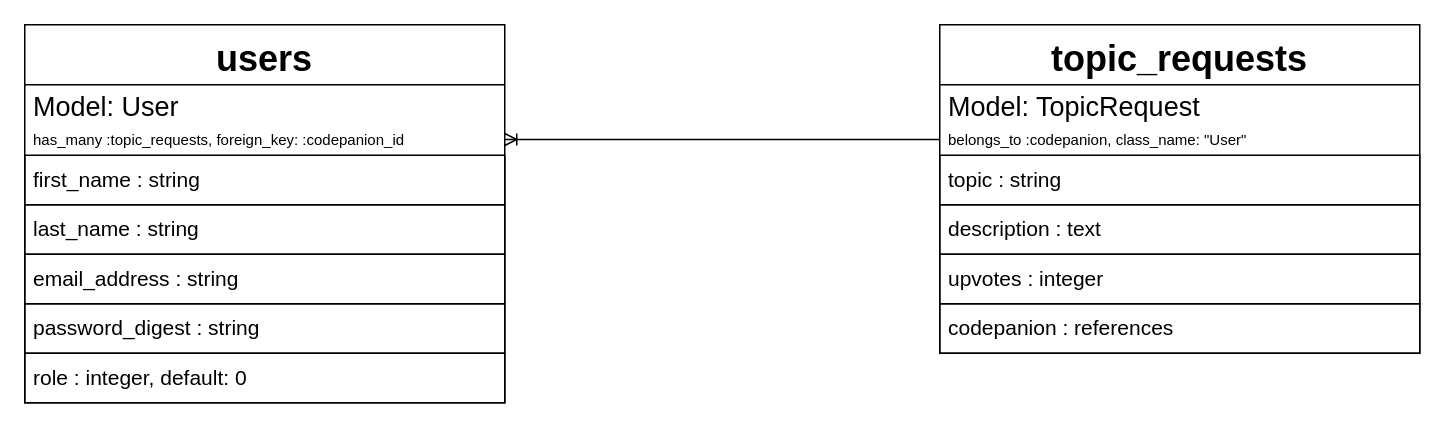
Earlier version of the draw.io diagram page "MVP" (1 of 2) of docs/model-map-mvp.drawio (meg-gutshall/code-talk-requests-backend). Source tidied: cells renumbered, new cells numbered last; positions are measured from the earlier drawing's top-left corner, leaving out a move shared by most shapes. Both pictures are drawn from the tidied source at 150%, with x=0, y=0 at pixel (24, 24).
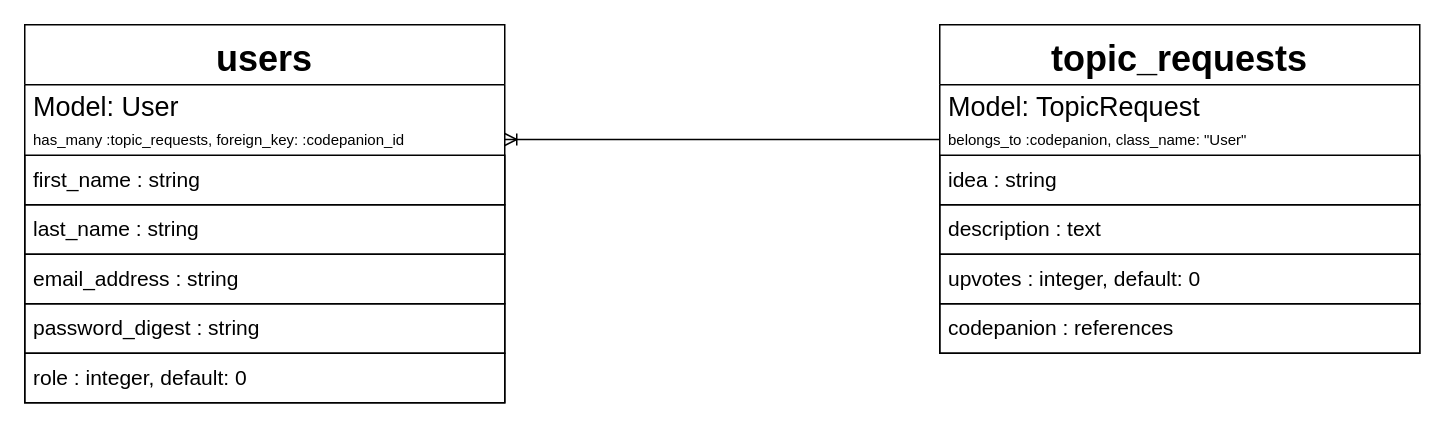
The same diagram, later.

Commit message (it also covers changes not shown here):
Update model map mvp files

The edit, as a diff of the source:
```diff
@@
 <mxGraphModel>
   <root>
     <mxCell id="0" />
     <mxCell id="1" parent="0" />
     <mxCell id="2" style="edgeStyle=entityRelationEdgeStyle;fontSize=12;html=1;endArrow=ERoneToMany;" parent="1" edge="1" source="5" target="12">
       <mxGeometry relative="1" as="geometry" />
     </mxCell>
     <mxCell id="3" value="topic_requests" style="swimlane;fontStyle=1;align=center;verticalAlign=middle;horizontal=1;startSize=40;fillColor=none;fontSize=24;" parent="1" vertex="1">
       <mxGeometry x="610" width="320" height="219" as="geometry" />
     </mxCell>
     <mxCell id="4" value="Model: TopicRequest" style="text;strokeColor=none;fillColor=none;spacingLeft=4;spacingRight=4;overflow=hidden;fontSize=18;fontStyle=0;verticalAlign=middle;" parent="3" vertex="1">
       <mxGeometry y="40" width="320" height="26" as="geometry" />
     </mxCell>
     <mxCell id="5" value="belongs_to :codepanion, class_name: &quot;User&quot;" style="text;strokeColor=none;fillColor=none;spacingLeft=4;spacingRight=4;overflow=hidden;points=[[0,0.5],[1,0.5]];portConstraint=eastwest;fontSize=10;verticalAlign=middle;" parent="3" vertex="1">
       <mxGeometry y="66" width="320" height="21" as="geometry" />
     </mxCell>
-    <mxCell id="6" value="topic : string" style="text;strokeColor=#000000;fillColor=none;align=left;verticalAlign=middle;spacingLeft=4;spacingRight=4;overflow=hidden;fontSize=14;spacingBottom=2;" parent="3" vertex="1">
+    <mxCell id="6" value="idea : string" style="text;strokeColor=#000000;fillColor=none;align=left;verticalAlign=middle;spacingLeft=4;spacingRight=4;overflow=hidden;fontSize=14;spacingBottom=2;" parent="3" vertex="1">
       <mxGeometry y="87" width="320" height="33" as="geometry" />
     </mxCell>
     <mxCell id="7" value="description : text" style="text;strokeColor=#000000;fillColor=none;align=left;verticalAlign=middle;spacingLeft=4;spacingRight=4;overflow=hidden;fontSize=14;spacingBottom=2;" parent="3" vertex="1">
       <mxGeometry y="120" width="320" height="33" as="geometry" />
     </mxCell>
-    <mxCell id="8" value="upvotes : integer" style="text;strokeColor=#000000;fillColor=none;align=left;verticalAlign=middle;spacingLeft=4;spacingRight=4;overflow=hidden;fontSize=14;spacingBottom=2;fontStyle=0;fontColor=#000000;" parent="3" vertex="1">
+    <mxCell id="8" value="upvotes : integer, default: 0" style="text;strokeColor=#000000;fillColor=none;align=left;verticalAlign=middle;spacingLeft=4;spacingRight=4;overflow=hidden;fontSize=14;spacingBottom=2;fontStyle=0;fontColor=#000000;" parent="3" vertex="1">
       <mxGeometry y="153" width="320" height="33" as="geometry" />
     </mxCell>
     <mxCell id="9" value="codepanion : references" style="text;strokeColor=#000000;fillColor=none;align=left;verticalAlign=middle;spacingLeft=4;spacingRight=4;overflow=hidden;fontSize=14;spacingBottom=2;" parent="3" vertex="1">
       <mxGeometry y="186" width="320" height="33" as="geometry" />
     </mxCell>
     <mxCell id="10" value="users" style="swimlane;fontStyle=1;align=center;verticalAlign=middle;horizontal=1;startSize=40;fillColor=none;fontSize=24;" parent="1" vertex="1">
       <mxGeometry width="320" height="252" as="geometry" />
     </mxCell>
     <mxCell id="11" value="Model: User" style="text;strokeColor=none;fillColor=none;spacingLeft=4;spacingRight=4;overflow=hidden;fontSize=18;fontStyle=0;verticalAlign=middle;" parent="10" vertex="1">
       <mxGeometry y="40" width="320" height="26" as="geometry" />
     </mxCell>
     <mxCell id="12" value="has_many :topic_requests, foreign_key: :codepanion_id" style="text;strokeColor=none;fillColor=none;spacingLeft=4;spacingRight=4;overflow=hidden;points=[[0,0.5],[1,0.5]];portConstraint=eastwest;fontSize=10;verticalAlign=middle;" parent="10" vertex="1">
       <mxGeometry y="66" width="320" height="21" as="geometry" />
     </mxCell>
     <mxCell id="13" value="first_name : string" style="text;strokeColor=#000000;fillColor=none;align=left;verticalAlign=middle;spacingLeft=4;spacingRight=4;overflow=hidden;fontSize=14;spacingBottom=2;" parent="10" vertex="1">
       <mxGeometry y="87" width="320" height="33" as="geometry" />
     </mxCell>
     <mxCell id="14" value="last_name : string" style="text;strokeColor=#000000;fillColor=none;align=left;verticalAlign=middle;spacingLeft=4;spacingRight=4;overflow=hidden;fontSize=14;spacingBottom=2;" parent="10" vertex="1">
       <mxGeometry y="120" width="320" height="33" as="geometry" />
     </mxCell>
     <mxCell id="15" value="email_address : string" style="text;strokeColor=#000000;fillColor=none;align=left;verticalAlign=middle;spacingLeft=4;spacingRight=4;overflow=hidden;fontSize=14;spacingBottom=2;" parent="10" vertex="1">
       <mxGeometry y="153" width="320" height="33" as="geometry" />
     </mxCell>
     <mxCell id="16" value="password_digest : string" style="text;strokeColor=#000000;fillColor=none;align=left;verticalAlign=middle;spacingLeft=4;spacingRight=4;overflow=hidden;fontSize=14;spacingBottom=2;" parent="10" vertex="1">
       <mxGeometry y="186" width="320" height="33" as="geometry" />
     </mxCell>
     <mxCell id="17" value="role : integer, default: 0" style="text;strokeColor=#000000;fillColor=none;align=left;verticalAlign=middle;spacingLeft=4;spacingRight=4;overflow=hidden;fontSize=14;spacingBottom=2;" parent="10" vertex="1">
       <mxGeometry y="219" width="320" height="33" as="geometry" />
     </mxCell>
   </root>
 </mxGraphModel>
```
